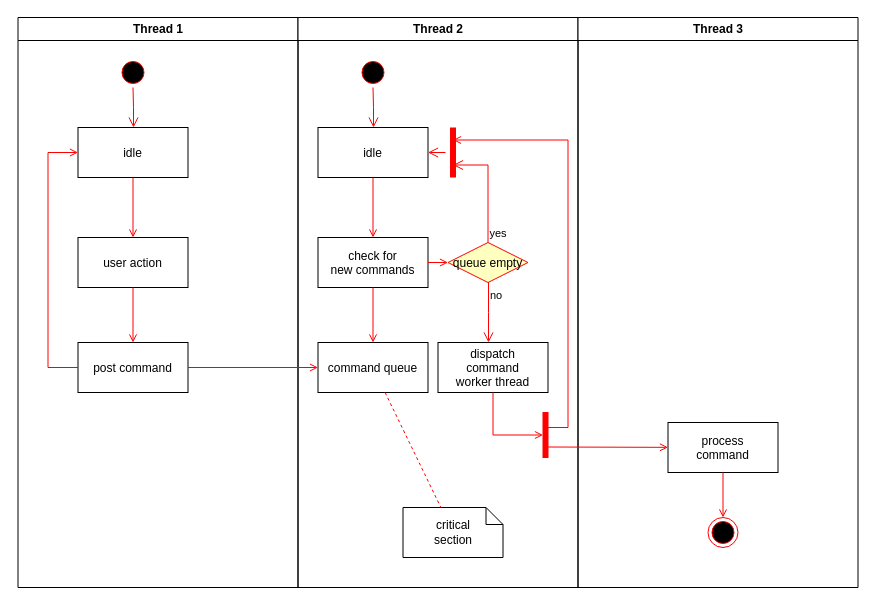
The draw.io diagram Flow Request Check Compliance.drawio in jep-ubiclouder/mm-wrk, before the edit. Source tidied: cells renumbered, new cells numbered last; positions are measured from the earlier drawing's top-left corner, leaving out a move shared by most shapes. Both pictures are drawn from the tidied source at 100%, with x=0, y=0 at pixel (17, 17).
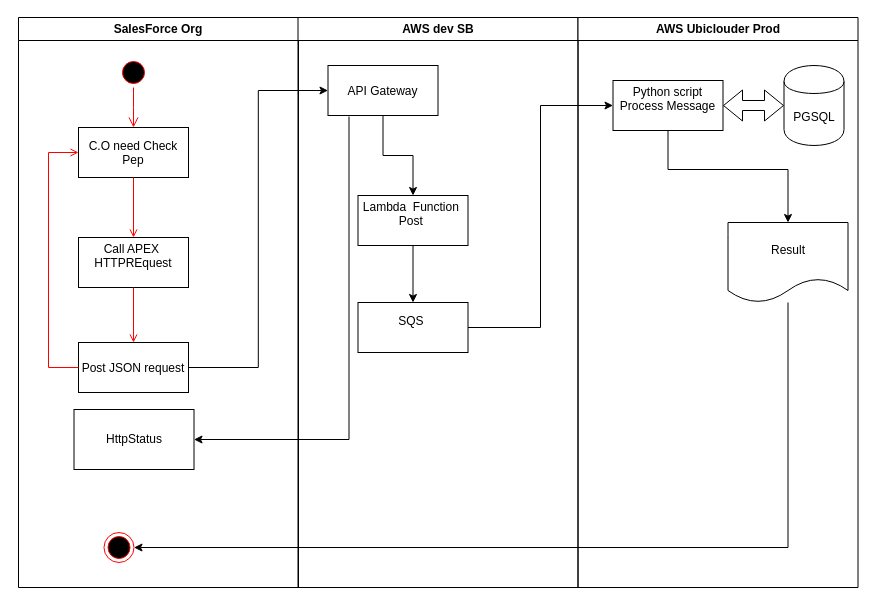
The same page after the edit.

What changed in the source:
```diff
@@
-    <mxCell id="2" value="Thread 1" style="swimlane;whiteSpace=wrap;" parent="1" vertex="1">
-      <mxGeometry x="0.5" width="280" height="570" as="geometry" />
+    <mxCell id="2" value="SalesForce Org" style="swimlane;whiteSpace=wrap;" parent="1" vertex="1">
+      <mxGeometry x="1" width="280" height="570" as="geometry" />
     </mxCell>
@@
-    <mxCell id="5" value="idle" parent="2" vertex="1">
+    <mxCell id="5" value="C.O need Check &#10;Pep" parent="2" vertex="1">
       <mxGeometry x="60" y="110" width="110" height="50" as="geometry" />
     </mxCell>
-    <mxCell id="6" value="user action" parent="2" vertex="1">
+    <mxCell id="6" value="Call APEX &#10;HTTPREquest&#10;" parent="2" vertex="1">
       <mxGeometry x="60" y="220" width="110" height="50" as="geometry" />
     </mxCell>
@@
-    <mxCell id="8" value="post command" parent="2" vertex="1">
+    <mxCell id="8" value="Post JSON request" parent="2" vertex="1">
       <mxGeometry x="60" y="325" width="110" height="50" as="geometry" />
     </mxCell>
@@
+    <mxCell id="37" value="HttpStatus" style="rounded=0;whiteSpace=wrap;html=1;" parent="2" vertex="1">
+      <mxGeometry x="55.5" y="392" width="120" height="60" as="geometry" />
+    </mxCell>
+    <mxCell id="34" style="ellipse;shape=endState;fillColor=#000000;strokeColor=#ff0000;" parent="2" vertex="1">
+      <mxGeometry x="85.5" y="515" width="30" height="30" as="geometry" />
+    </mxCell>
-    <mxCell id="11" value="Thread 2" style="swimlane;whiteSpace=wrap;" parent="1" vertex="1">
+    <mxCell id="11" value="AWS dev SB" style="swimlane;whiteSpace=wrap;" parent="1" vertex="1">
       <mxGeometry x="280.5" width="280" height="570" as="geometry" />
     </mxCell>
-    <mxCell id="12" style="ellipse;shape=startState;fillColor=#000000;strokeColor=#ff0000;" parent="11" vertex="1">
-      <mxGeometry x="60" y="40" width="30" height="30" as="geometry" />
-    </mxCell>
-    <mxCell id="13" style="edgeStyle=elbowEdgeStyle;elbow=horizontal;verticalAlign=bottom;endArrow=open;endSize=8;strokeColor=#FF0000;endFill=1;rounded=0;" parent="11" edge="1" source="12" target="14">
-      <mxGeometry x="40" y="20" as="geometry" />
-    </mxCell>
-    <mxCell id="14" value="idle" parent="11" vertex="1">
-      <mxGeometry x="20" y="110" width="110" height="50" as="geometry" />
-    </mxCell>
+    <mxCell id="38" style="edgeStyle=orthogonalEdgeStyle;rounded=0;jettySize=auto;html=1;entryX=0.5;entryY=0;entryDx=0;entryDy=0;exitX=0.5;exitY=1;exitDx=0;exitDy=0;" parent="11" edge="1" source="17" target="15">
+      <mxGeometry relative="1" as="geometry" />
+    </mxCell>
-    <mxCell id="15" value="check for &#10;new commands" parent="11" vertex="1">
-      <mxGeometry x="20" y="220" width="110" height="50" as="geometry" />
+    <mxCell id="15" value="Lambda  Function &#10;Post &#10;" parent="11" vertex="1">
+      <mxGeometry x="60" y="178" width="110" height="50" as="geometry" />
     </mxCell>
-    <mxCell id="16" style="endArrow=open;strokeColor=#FF0000;endFill=1;rounded=0;" parent="11" edge="1" source="14" target="15">
-      <mxGeometry relative="1" as="geometry" />
-    </mxCell>
-    <mxCell id="17" value="command queue" parent="11" vertex="1">
-      <mxGeometry x="20" y="325" width="110" height="50" as="geometry" />
+    <mxCell id="17" value="API Gateway" parent="11" vertex="1">
+      <mxGeometry x="30" y="48" width="110" height="50" as="geometry" />
     </mxCell>
-    <mxCell id="18" style="endArrow=open;strokeColor=#FF0000;endFill=1;rounded=0;" parent="11" edge="1" source="15" target="17">
-      <mxGeometry relative="1" as="geometry" />
-    </mxCell>
-    <mxCell id="19" value="queue empty" style="rhombus;fillColor=#ffffc0;strokeColor=#ff0000;" parent="11" vertex="1">
-      <mxGeometry x="150" y="225" width="80" height="40" as="geometry" />
-    </mxCell>
-    <mxCell id="20" value="yes" style="edgeStyle=elbowEdgeStyle;elbow=horizontal;align=left;verticalAlign=bottom;endArrow=open;endSize=8;strokeColor=#FF0000;exitX=0.5;exitY=0;endFill=1;rounded=0;entryX=0.75;entryY=0.5;entryPerimeter=0;" parent="11" edge="1" source="19" target="23">
-      <mxGeometry x="-1" relative="1" as="geometry">
-        <Array as="points">
-          <mxPoint x="190" y="180" />
-        </Array>
-      </mxGeometry>
-    </mxCell>
-    <mxCell id="21" value="no" style="edgeStyle=elbowEdgeStyle;elbow=horizontal;align=left;verticalAlign=top;endArrow=open;endSize=8;strokeColor=#FF0000;endFill=1;rounded=0;" parent="11" edge="1" source="19" target="25">
-      <mxGeometry x="-1" relative="1" as="geometry" />
-    </mxCell>
-    <mxCell id="22" style="endArrow=open;strokeColor=#FF0000;endFill=1;rounded=0;" parent="11" edge="1" source="15" target="19">
-      <mxGeometry relative="1" as="geometry" />
-    </mxCell>
-    <mxCell id="23" style="shape=line;strokeWidth=6;strokeColor=#ff0000;rotation=90;" parent="11" vertex="1">
-      <mxGeometry x="130" y="127.5" width="50" height="15" as="geometry" />
-    </mxCell>
-    <mxCell id="24" style="edgeStyle=elbowEdgeStyle;elbow=horizontal;verticalAlign=bottom;endArrow=open;endSize=8;strokeColor=#FF0000;endFill=1;rounded=0;" parent="11" edge="1" source="23" target="14">
-      <mxGeometry x="130" y="90" as="geometry" />
-    </mxCell>
-    <mxCell id="25" value="dispatch&#10;command&#10;worker thread" parent="11" vertex="1">
-      <mxGeometry x="140" y="325" width="110" height="50" as="geometry" />
-    </mxCell>
-    <mxCell id="26" value="critical&#10;section" style="shape=note;whiteSpace=wrap;size=17;" parent="11" vertex="1">
-      <mxGeometry x="105" y="490" width="100" height="50" as="geometry" />
-    </mxCell>
-    <mxCell id="27" style="endArrow=none;strokeColor=#FF0000;endFill=0;rounded=0;dashed=1;" parent="11" edge="1" source="17" target="26">
-      <mxGeometry relative="1" as="geometry" />
-    </mxCell>
-    <mxCell id="28" style="whiteSpace=wrap;strokeColor=#FF0000;fillColor=#FF0000;" parent="11" vertex="1">
-      <mxGeometry x="245" y="395" width="5" height="45" as="geometry" />
-    </mxCell>
-    <mxCell id="29" style="edgeStyle=elbowEdgeStyle;elbow=horizontal;entryX=0;entryY=0.5;strokeColor=#FF0000;endArrow=open;endFill=1;rounded=0;" parent="11" edge="1" source="25" target="28">
-      <mxGeometry relative="1" as="geometry">
-        <Array as="points">
-          <mxPoint x="195" y="400" />
-        </Array>
-      </mxGeometry>
-    </mxCell>
+    <mxCell id="39" value="SQS &#10;" parent="11" vertex="1">
+      <mxGeometry x="60" y="285" width="110" height="50" as="geometry" />
+    </mxCell>
+    <mxCell id="40" style="endArrow=classic;html=1;entryX=0.5;entryY=0;entryDx=0;entryDy=0;exitX=0.5;exitY=1;exitDx=0;exitDy=0;" parent="11" edge="1" source="15" target="39">
+      <mxGeometry relative="1" as="geometry" />
+    </mxCell>
-    <mxCell id="30" value="Thread 3" style="swimlane;whiteSpace=wrap;" parent="1" vertex="1">
+    <mxCell id="30" value="AWS Ubiclouder Prod" style="swimlane;whiteSpace=wrap;startSize=23;" parent="1" vertex="1">
       <mxGeometry x="560.5" width="280" height="570" as="geometry" />
     </mxCell>
-    <mxCell id="31" value="process&#10;command" parent="30" vertex="1">
-      <mxGeometry x="90" y="405" width="110" height="50" as="geometry" />
+    <mxCell id="31" value="Python script&#10;Process Message&#10;" parent="30" vertex="1">
+      <mxGeometry x="35" y="63" width="110" height="50" as="geometry" />
     </mxCell>
-    <mxCell id="32" style="edgeStyle=elbowEdgeStyle;elbow=horizontal;strokeColor=#FF0000;endArrow=open;endFill=1;rounded=0;entryX=0.25;entryY=0.5;entryPerimeter=0;" parent="30" edge="1" target="23">
-      <mxGeometry relative="1" as="geometry">
-        <mxPoint x="-30" y="410" as="sourcePoint" />
-        <Array as="points">
-          <mxPoint x="-10" y="135" />
-        </Array>
-      </mxGeometry>
-    </mxCell>
-    <mxCell id="33" style="edgeStyle=none;strokeColor=#FF0000;endArrow=open;endFill=1;rounded=0;" parent="30" edge="1" target="31">
-      <mxGeometry relative="1" as="geometry">
-        <mxPoint x="-30" y="429.5" as="sourcePoint" />
-      </mxGeometry>
-    </mxCell>
-    <mxCell id="34" style="ellipse;shape=endState;fillColor=#000000;strokeColor=#ff0000;" parent="30" vertex="1">
-      <mxGeometry x="130" y="500" width="30" height="30" as="geometry" />
-    </mxCell>
-    <mxCell id="35" style="endArrow=open;strokeColor=#FF0000;endFill=1;rounded=0;" parent="30" edge="1" source="31" target="34">
-      <mxGeometry relative="1" as="geometry" />
-    </mxCell>
+    <mxCell id="41" value="PGSQL" style="shape=cylinder;whiteSpace=wrap;html=1;boundedLbl=1;backgroundOutline=1;" parent="30" vertex="1">
+      <mxGeometry x="206" y="48" width="60" height="80" as="geometry" />
+    </mxCell>
+    <mxCell id="42" style="shape=flexArrow;endArrow=classic;startArrow=classic;html=1;entryX=0;entryY=0.5;entryDx=0;entryDy=0;exitX=1;exitY=0.5;exitDx=0;exitDy=0;" parent="30" edge="1" source="31" target="41">
+      <mxGeometry relative="1" as="geometry" />
+    </mxCell>
+    <mxCell id="43" value="Result" style="shape=document;whiteSpace=wrap;html=1;boundedLbl=1;" parent="30" vertex="1">
+      <mxGeometry x="150" y="205" width="120" height="80" as="geometry" />
+    </mxCell>
+    <mxCell id="44" style="endArrow=classic;html=1;exitX=0.5;exitY=1;exitDx=0;exitDy=0;entryX=0.5;entryY=0;entryDx=0;entryDy=0;rounded=0;" parent="30" edge="1" source="31" target="43">
+      <mxGeometry relative="1" as="geometry">
+        <Array as="points">
+          <mxPoint x="90" y="152" />
+          <mxPoint x="210" y="152" />
+        </Array>
+      </mxGeometry>
+    </mxCell>
-    <mxCell id="36" style="endArrow=open;strokeColor=#FF0000;endFill=1;rounded=0;" parent="1" edge="1" source="8" target="17">
+    <mxCell id="36" style="edgeStyle=orthogonalEdgeStyle;rounded=0;jettySize=auto;html=1;entryX=0;entryY=0.5;entryDx=0;entryDy=0;exitX=1;exitY=0.5;exitDx=0;exitDy=0;" parent="1" edge="1" source="8" target="17">
       <mxGeometry relative="1" as="geometry" />
     </mxCell>
+    <mxCell id="45" style="edgeStyle=orthogonalEdgeStyle;rounded=0;jettySize=auto;html=1;exitX=0.191;exitY=1.02;exitDx=0;exitDy=0;exitPerimeter=0;entryX=1;entryY=0.5;entryDx=0;entryDy=0;" parent="1" edge="1" source="17" target="37">
+      <mxGeometry relative="1" as="geometry" />
+    </mxCell>
+    <mxCell id="46" style="edgeStyle=orthogonalEdgeStyle;rounded=0;jettySize=auto;html=1;entryX=1;entryY=0.5;entryDx=0;entryDy=0;" parent="1" edge="1" source="43" target="34">
+      <mxGeometry relative="1" as="geometry">
+        <Array as="points">
+          <mxPoint x="770.5" y="530" />
+        </Array>
+      </mxGeometry>
+    </mxCell>
+    <mxCell id="47" style="edgeStyle=orthogonalEdgeStyle;rounded=0;jettySize=auto;html=1;entryX=0;entryY=0.5;entryDx=0;entryDy=0;exitX=1;exitY=0.5;exitDx=0;exitDy=0;" parent="1" edge="1" source="39" target="31">
+      <mxGeometry relative="1" as="geometry" />
+    </mxCell>
```
